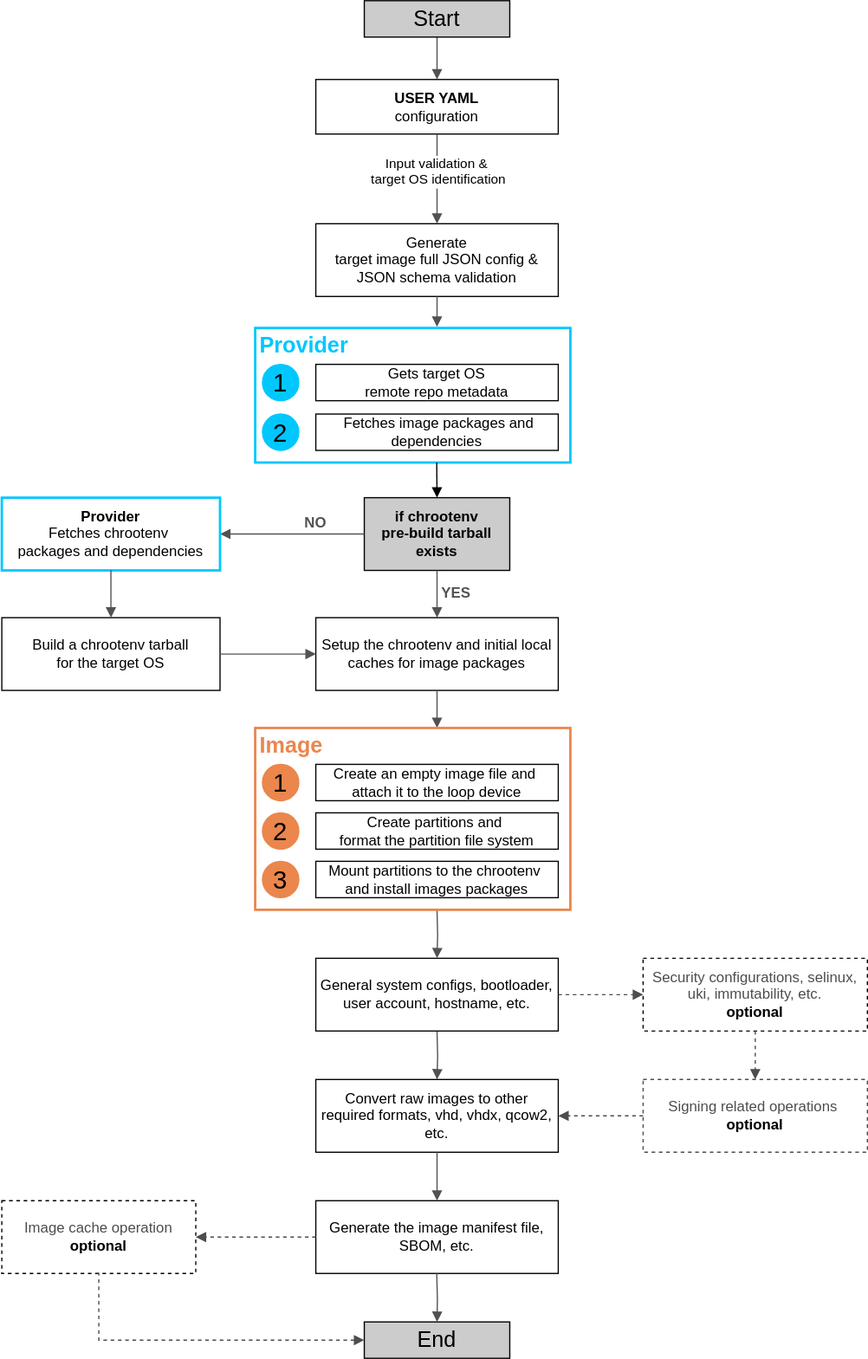
Above: docs/architecture/assets/image.composition.workflow.drawio.svg in wiwaszko-intel/os-image-composer (draw.io), before the change. Source tidied: cells renumbered, new cells last; positions are measured from the earlier drawing's top-left corner, leaving out a move shared by most shapes.
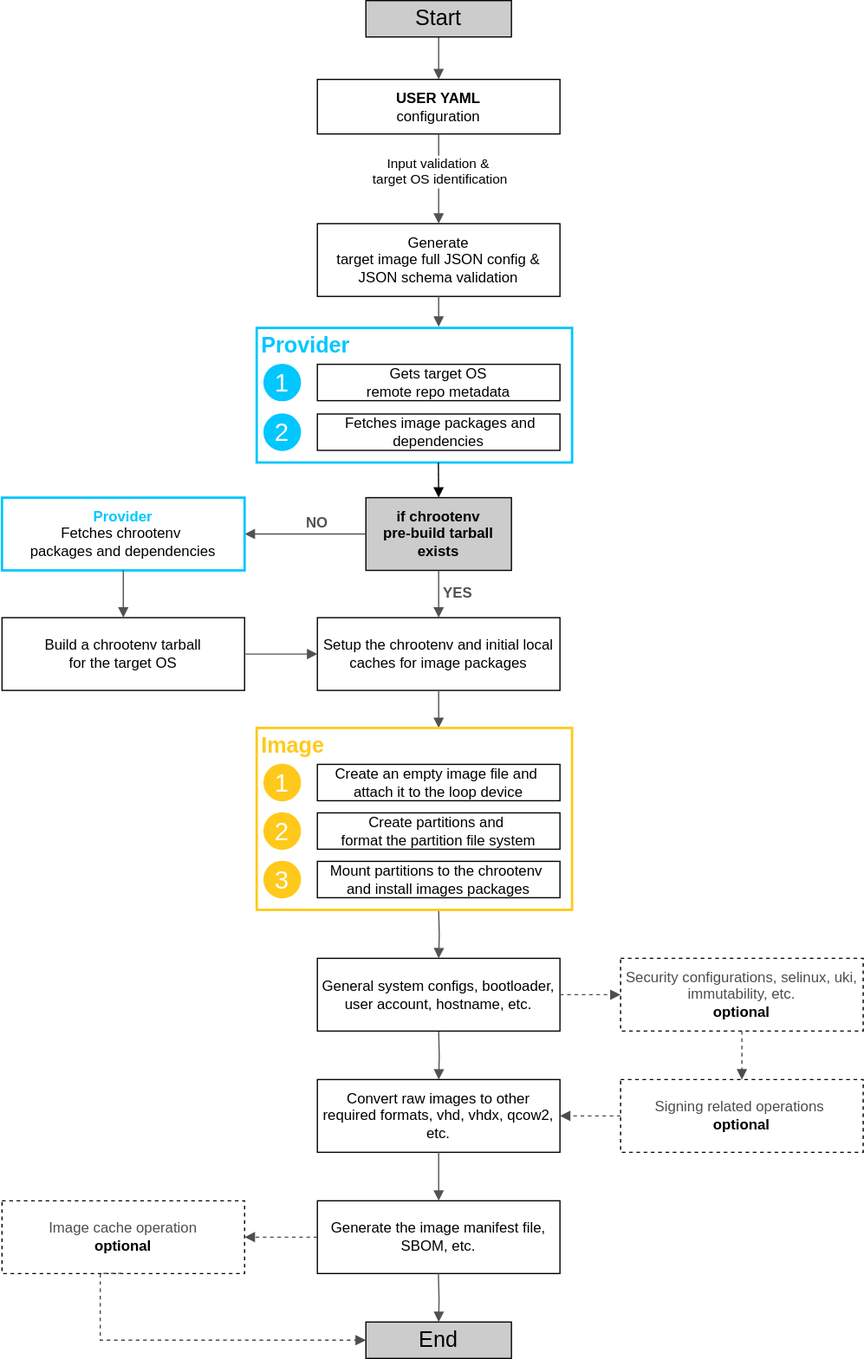
The same diagram one commit later.

What changed in the source:
```diff
@@ -15,6 +15,6 @@
     </mxCell>
-    <mxCell id="5" value="&lt;b&gt;USER YAML&lt;/b&gt;&lt;div&gt;configuration&lt;/div&gt;" style="rounded=0;whiteSpace=wrap;html=1;fillColor=light-dark(#FFFFFF,#A5A5A5);fontColor=#000000;strokeColor=default;strokeWidth=1;align=center;verticalAlign=middle;fontFamily=Helvetica;fontSize=12;" parent="1" vertex="1">
+    <mxCell id="5" value="&lt;b&gt;USER YAML&lt;/b&gt;&lt;div&gt;configuration&lt;/div&gt;" style="rounded=0;whiteSpace=wrap;html=1;fillColor=light-dark(#FFFFFF,#B5B5B5);fontColor=#000000;strokeColor=default;strokeWidth=1;align=center;verticalAlign=middle;fontFamily=Helvetica;fontSize=12;" parent="1" vertex="1">
       <mxGeometry x="259" y="65" width="200" height="45" as="geometry" />
     </mxCell>
-    <mxCell id="6" value="Generate &lt;br&gt;target image full JSON config &amp;amp; JSON schema validation" style="rounded=0;whiteSpace=wrap;html=1;fillColor=light-dark(#FFFFFF,#A5A5A5);fontColor=#000000;strokeColor=default;strokeWidth=1;align=center;verticalAlign=middle;fontFamily=Helvetica;fontSize=12;" parent="1" vertex="1">
+    <mxCell id="6" value="Generate &lt;br&gt;target image full JSON config &amp;amp; JSON schema validation" style="rounded=0;whiteSpace=wrap;html=1;fillColor=light-dark(#FFFFFF,#B5B5B5);fontColor=#000000;strokeColor=default;strokeWidth=1;align=center;verticalAlign=middle;fontFamily=Helvetica;fontSize=12;" parent="1" vertex="1">
       <mxGeometry x="259" y="184" width="200" height="60" as="geometry" />
@@ -35,4 +35,4 @@
     </mxCell>
-    <mxCell id="10" value="&lt;font style=&quot;color: rgb(0, 0, 0);&quot;&gt;&lt;b style=&quot;&quot;&gt;Provider&lt;/b&gt;&lt;/font&gt; &lt;br&gt;Fetches chrootenv&amp;nbsp;&lt;div&gt;packages and dependencies&lt;/div&gt;" style="rounded=0;whiteSpace=wrap;html=1;fillColor=light-dark(#FFFFFF,#A5A5A5);fontColor=#000000;strokeColor=#00C7FD;strokeWidth=2;align=center;verticalAlign=middle;fontFamily=Helvetica;fontSize=12;" parent="1" vertex="1">
-      <mxGeometry y="410" width="180" height="60" as="geometry" />
+    <mxCell id="10" value="&lt;font style=&quot;color: light-dark(rgb(0, 199, 253), rgb(0, 199, 253));&quot;&gt;&lt;b style=&quot;&quot;&gt;Provider&lt;/b&gt;&lt;/font&gt; &lt;br&gt;&lt;font style=&quot;color: light-dark(rgb(0, 0, 0), rgb(255, 255, 255));&quot;&gt;Fetches chrootenv&amp;nbsp;&lt;/font&gt;&lt;div&gt;&lt;font style=&quot;color: light-dark(rgb(0, 0, 0), rgb(255, 255, 255));&quot;&gt;packages and dependencies&lt;/font&gt;&lt;/div&gt;" style="rounded=0;whiteSpace=wrap;html=1;fillColor=light-dark(#FFFFFF,#000000);fontColor=#000000;strokeColor=#00C7FD;strokeWidth=2;align=center;verticalAlign=middle;fontFamily=Helvetica;fontSize=12;" parent="1" vertex="1">
+      <mxGeometry x="-1" y="410" width="200" height="60" as="geometry" />
     </mxCell>
@@ -49,6 +49,6 @@
     </mxCell>
-    <mxCell id="13" value="Build a chrootenv tarball &lt;br&gt;for the target OS" style="rounded=0;whiteSpace=wrap;html=1;fillColor=light-dark(#FFFFFF,#A5A5A5);fontColor=#000000;strokeColor=default;strokeWidth=1;align=center;verticalAlign=middle;fontFamily=Helvetica;fontSize=12;" parent="1" vertex="1">
-      <mxGeometry y="509" width="180" height="60" as="geometry" />
+    <mxCell id="13" value="Build a chrootenv tarball &lt;br&gt;for the target OS" style="rounded=0;whiteSpace=wrap;html=1;fillColor=light-dark(#FFFFFF,#B5B5B5);fontColor=#000000;strokeColor=default;strokeWidth=1;align=center;verticalAlign=middle;fontFamily=Helvetica;fontSize=12;" parent="1" vertex="1">
+      <mxGeometry x="-1" y="509" width="200" height="60" as="geometry" />
     </mxCell>
-    <mxCell id="14" value="Setup the chrootenv and initial local caches for image packages" style="rounded=0;whiteSpace=wrap;html=1;fillColor=light-dark(#FFFFFF,#A5A5A5);fontColor=#000000;strokeColor=default;strokeWidth=1;align=center;verticalAlign=middle;fontFamily=Helvetica;fontSize=12;" parent="1" vertex="1">
+    <mxCell id="14" value="Setup the chrootenv and initial local caches for image packages" style="rounded=0;whiteSpace=wrap;html=1;fillColor=light-dark(#FFFFFF,#B5B5B5);fontColor=#000000;strokeColor=default;strokeWidth=1;align=center;verticalAlign=middle;fontFamily=Helvetica;fontSize=12;" parent="1" vertex="1">
       <mxGeometry x="259" y="509" width="200" height="60" as="geometry" />
@@ -61,19 +61,19 @@
     </mxCell>
-    <mxCell id="17" value="General system configs, bootloader, user account, hostname, etc." style="rounded=0;whiteSpace=wrap;html=1;fillColor=light-dark(#FFFFFF,#A5A5A5);fontColor=#000000;strokeColor=default;strokeWidth=1;align=center;verticalAlign=middle;fontFamily=Helvetica;fontSize=12;" parent="1" vertex="1">
+    <mxCell id="17" value="General system configs, bootloader, user account, hostname, etc." style="rounded=0;whiteSpace=wrap;html=1;fillColor=light-dark(#FFFFFF,#B5B5B5);fontColor=#000000;strokeColor=default;strokeWidth=1;align=center;verticalAlign=middle;fontFamily=Helvetica;fontSize=12;" parent="1" vertex="1">
       <mxGeometry x="259" y="790" width="200" height="60" as="geometry" />
     </mxCell>
-    <mxCell id="18" value="&lt;font&gt;&lt;font style=&quot;color: rgb(77, 77, 77);&quot;&gt;Security configurations, selinux, uki, immutability, etc.&lt;/font&gt; &lt;br&gt;&lt;b&gt;optional&lt;/b&gt;&lt;/font&gt;" style="rounded=0;whiteSpace=wrap;html=1;fillColor=light-dark(#FFFFFF,#A5A5A5);fontColor=#000000;strokeColor=default;strokeWidth=1;align=center;verticalAlign=middle;fontFamily=Helvetica;fontSize=12;dashed=1;" parent="1" vertex="1">
-      <mxGeometry x="529" y="790" width="185" height="60" as="geometry" />
+    <mxCell id="18" value="&lt;font&gt;&lt;font style=&quot;color: rgb(77, 77, 77);&quot;&gt;Security configurations, selinux, uki, immutability, etc.&lt;/font&gt; &lt;br&gt;&lt;b&gt;optional&lt;/b&gt;&lt;/font&gt;" style="rounded=0;whiteSpace=wrap;html=1;fillColor=light-dark(#FFFFFF,#B5B5B5);fontColor=#000000;strokeColor=default;strokeWidth=1;align=center;verticalAlign=middle;fontFamily=Helvetica;fontSize=12;dashed=1;" parent="1" vertex="1">
+      <mxGeometry x="509" y="790" width="200" height="60" as="geometry" />
     </mxCell>
-    <mxCell id="19" value="&lt;font style=&quot;color: rgb(77, 77, 77);&quot;&gt;&lt;font style=&quot;&quot;&gt;Signing related operations&lt;/font&gt;&amp;nbsp;&lt;/font&gt;&lt;div&gt;&lt;b&gt;&lt;font&gt;optional&lt;/font&gt;&lt;/b&gt;&lt;/div&gt;" style="rounded=0;whiteSpace=wrap;html=1;fillColor=light-dark(#FFFFFF,#A5A5A5);fontColor=#000000;strokeColor=#4D4D4D;strokeWidth=1;align=center;verticalAlign=middle;fontFamily=Helvetica;fontSize=12;dashed=1;" parent="1" vertex="1">
-      <mxGeometry x="529" y="890" width="185" height="60" as="geometry" />
+    <mxCell id="19" value="&lt;font style=&quot;color: rgb(77, 77, 77);&quot;&gt;&lt;font style=&quot;&quot;&gt;Signing related operations&lt;/font&gt;&amp;nbsp;&lt;/font&gt;&lt;div&gt;&lt;b&gt;&lt;font&gt;optional&lt;/font&gt;&lt;/b&gt;&lt;/div&gt;" style="rounded=0;whiteSpace=wrap;html=1;fillColor=light-dark(#FFFFFF,#B5B5B5);fontColor=#000000;strokeColor=default;strokeWidth=1;align=center;verticalAlign=middle;fontFamily=Helvetica;fontSize=12;dashed=1;" parent="1" vertex="1">
+      <mxGeometry x="509" y="890" width="200" height="60" as="geometry" />
     </mxCell>
-    <mxCell id="20" value="Convert raw images to other required formats, vhd, vhdx, qcow2, etc." style="rounded=0;whiteSpace=wrap;html=1;fillColor=light-dark(#FFFFFF,#A5A5A5);fontColor=#000000;strokeColor=default;strokeWidth=1;align=center;verticalAlign=middle;fontFamily=Helvetica;fontSize=12;" parent="1" vertex="1">
+    <mxCell id="20" value="Convert raw images to other required formats, vhd, vhdx, qcow2, etc." style="rounded=0;whiteSpace=wrap;html=1;fillColor=light-dark(#FFFFFF,#B5B5B5);fontColor=#000000;strokeColor=default;strokeWidth=1;align=center;verticalAlign=middle;fontFamily=Helvetica;fontSize=12;" parent="1" vertex="1">
       <mxGeometry x="259" y="890" width="200" height="60" as="geometry" />
     </mxCell>
-    <mxCell id="21" value="Generate the image manifest file, SBOM, etc." style="rounded=0;whiteSpace=wrap;html=1;fillColor=light-dark(#FFFFFF,#A5A5A5);fontColor=#000000;strokeColor=default;strokeWidth=1;align=center;verticalAlign=middle;fontFamily=Helvetica;fontSize=12;" parent="1" vertex="1">
+    <mxCell id="21" value="Generate the image manifest file, SBOM, etc." style="rounded=0;whiteSpace=wrap;html=1;fillColor=light-dark(#FFFFFF,#B5B5B5);fontColor=#000000;strokeColor=default;strokeWidth=1;align=center;verticalAlign=middle;fontFamily=Helvetica;fontSize=12;" parent="1" vertex="1">
       <mxGeometry x="259" y="990" width="200" height="60" as="geometry" />
     </mxCell>
-    <mxCell id="22" value="&lt;font style=&quot;color: rgb(77, 77, 77);&quot;&gt;Image cache operation&lt;/font&gt;&lt;div&gt;&lt;b&gt;optional&lt;/b&gt;&lt;/div&gt;" style="rounded=0;whiteSpace=wrap;html=1;fillColor=light-dark(#FFFFFF,#A5A5A5);fontColor=#000000;strokeColor=default;strokeWidth=1;align=center;verticalAlign=middle;fontFamily=Helvetica;fontSize=12;dashed=1;" parent="1" vertex="1">
-      <mxGeometry y="990" width="160" height="60" as="geometry" />
+    <mxCell id="22" value="&lt;font style=&quot;color: rgb(77, 77, 77);&quot;&gt;Image cache operation&lt;/font&gt;&lt;div&gt;&lt;b&gt;optional&lt;/b&gt;&lt;/div&gt;" style="rounded=0;whiteSpace=wrap;html=1;fillColor=light-dark(#FFFFFF,#B5B5B5);fontColor=#000000;strokeColor=default;strokeWidth=1;align=center;verticalAlign=middle;fontFamily=Helvetica;fontSize=12;dashed=1;" parent="1" vertex="1">
+      <mxGeometry x="-1" y="990" width="200" height="60" as="geometry" />
     </mxCell>
@@ -129,6 +129,6 @@
     </mxCell>
-    <mxCell id="36" value="&lt;div&gt;Gets target OS &lt;br&gt;remote repo metadata&lt;/div&gt;" style="rounded=0;whiteSpace=wrap;html=1;fillColor=light-dark(#FFFFFF,#A5A5A5);fontColor=#000000;strokeColor=#000000;strokeWidth=1;align=center;verticalAlign=middle;fontFamily=Helvetica;fontSize=12;" parent="1" vertex="1">
+    <mxCell id="36" value="&lt;div&gt;Gets target OS &lt;br&gt;remote repo metadata&lt;/div&gt;" style="rounded=0;whiteSpace=wrap;html=1;fillColor=light-dark(#FFFFFF,#DDDDDD);fontColor=#000000;strokeColor=#000000;strokeWidth=1;align=center;verticalAlign=middle;fontFamily=Helvetica;fontSize=12;" parent="1" vertex="1">
       <mxGeometry x="259" y="300" width="200" height="30" as="geometry" />
     </mxCell>
-    <mxCell id="37" value="&amp;nbsp;Fetches image packages and dependencies" style="rounded=0;whiteSpace=wrap;html=1;fillColor=light-dark(#FFFFFF,#A5A5A5);fontColor=#000000;strokeColor=#000000;strokeWidth=1;align=center;verticalAlign=middle;fontFamily=Helvetica;fontSize=12;" parent="1" vertex="1">
+    <mxCell id="37" value="&amp;nbsp;Fetches image packages and dependencies" style="rounded=0;whiteSpace=wrap;html=1;fillColor=light-dark(#FFFFFF,#DDDDDD);fontColor=#000000;strokeColor=#000000;strokeWidth=1;align=center;verticalAlign=middle;fontFamily=Helvetica;fontSize=12;" parent="1" vertex="1">
       <mxGeometry x="259" y="341" width="200" height="30" as="geometry" />
@@ -138,18 +138,18 @@
     </mxCell>
-    <mxCell id="39" value="&lt;div style=&quot;&quot;&gt;&lt;font style=&quot;font-size: 18px; color: rgb(235, 134, 77);&quot;&gt;&lt;b style=&quot;&quot;&gt;Image&lt;/b&gt;&lt;/font&gt;&lt;/div&gt;" style="rounded=0;whiteSpace=wrap;html=1;fillColor=default;fontColor=light-dark(#00C7FD,#00C7FD);strokeColor=light-dark(#EB864D,#00C7FD);align=left;verticalAlign=top;spacing=0;spacingLeft=4;fontFamily=Helvetica;fontSize=12;strokeWidth=2;" parent="1" vertex="1">
+    <mxCell id="39" value="&lt;div style=&quot;&quot;&gt;&lt;font style=&quot;font-size: 18px; color: light-dark(rgb(254, 201, 26), rgb(254, 201, 26));&quot;&gt;&lt;b style=&quot;&quot;&gt;Image&lt;/b&gt;&lt;/font&gt;&lt;/div&gt;" style="rounded=0;whiteSpace=wrap;html=1;fillColor=default;fontColor=light-dark(#00C7FD,#00C7FD);strokeColor=light-dark(#FEC91A,#FEC91A);align=left;verticalAlign=top;spacing=0;spacingLeft=4;fontFamily=Helvetica;fontSize=12;strokeWidth=2;" parent="1" vertex="1">
       <mxGeometry x="209" y="600" width="260" height="150" as="geometry" />
     </mxCell>
-    <mxCell id="40" value="Create an empty image file and&amp;nbsp;&lt;div&gt;attach it to the loop device&lt;/div&gt;" style="rounded=0;whiteSpace=wrap;html=1;fillColor=light-dark(#FFFFFF,#A5A5A5);fontColor=#000000;strokeColor=#000000;strokeWidth=1;align=center;verticalAlign=middle;fontFamily=Helvetica;fontSize=12;" parent="1" vertex="1">
+    <mxCell id="40" value="Create an empty image file and&amp;nbsp;&lt;div&gt;attach it to the loop device&lt;/div&gt;" style="rounded=0;whiteSpace=wrap;html=1;fillColor=light-dark(#FFFFFF,#DDDDDD);fontColor=#000000;strokeColor=#000000;strokeWidth=1;align=center;verticalAlign=middle;fontFamily=Helvetica;fontSize=12;" parent="1" vertex="1">
       <mxGeometry x="259" y="630" width="200" height="30" as="geometry" />
     </mxCell>
-    <mxCell id="41" value="Create partitions and&amp;nbsp;&lt;div&gt;format the partition file system&lt;/div&gt;" style="rounded=0;whiteSpace=wrap;html=1;fillColor=light-dark(#FFFFFF,#A5A5A5);fontColor=#000000;strokeColor=#000000;strokeWidth=1;align=center;verticalAlign=middle;fontFamily=Helvetica;fontSize=12;" parent="1" vertex="1">
+    <mxCell id="41" value="Create partitions and&amp;nbsp;&lt;div&gt;format the partition file system&lt;/div&gt;" style="rounded=0;whiteSpace=wrap;html=1;fillColor=light-dark(#FFFFFF,#DDDDDD);fontColor=#000000;strokeColor=#000000;strokeWidth=1;align=center;verticalAlign=middle;fontFamily=Helvetica;fontSize=12;" parent="1" vertex="1">
       <mxGeometry x="259" y="670" width="200" height="30" as="geometry" />
     </mxCell>
-    <mxCell id="42" value="Mount partitions to the chrootenv&amp;nbsp;&lt;div&gt;and install images packages&lt;/div&gt;" style="rounded=0;whiteSpace=wrap;html=1;fillColor=light-dark(#FFFFFF,#A5A5A5);fontColor=#000000;strokeColor=#000000;strokeWidth=1;align=center;verticalAlign=middle;fontFamily=Helvetica;fontSize=12;" parent="1" vertex="1">
+    <mxCell id="42" value="Mount partitions to the chrootenv&amp;nbsp;&lt;div&gt;and install images packages&lt;/div&gt;" style="rounded=0;whiteSpace=wrap;html=1;fillColor=light-dark(#FFFFFF,#DDDDDD);fontColor=#000000;strokeColor=#000000;strokeWidth=1;align=center;verticalAlign=middle;fontFamily=Helvetica;fontSize=12;" parent="1" vertex="1">
       <mxGeometry x="259" y="710" width="200" height="30" as="geometry" />
     </mxCell>
-    <mxCell id="43" value="&lt;font style=&quot;color: rgb(0, 0, 0);&quot;&gt;1&lt;/font&gt;" style="ellipse;whiteSpace=wrap;html=1;fontSize=21;strokeColor=#00C7FD;fontColor=light-dark(#525252,#525252);fillColor=light-dark(#00C7FD,#FFFFFF);perimeterSpacing=0;strokeWidth=1;rotation=0;" parent="1" vertex="1">
+    <mxCell id="43" value="&lt;font style=&quot;color: light-dark(rgb(255, 255, 255), rgb(0, 0, 0));&quot;&gt;1&lt;/font&gt;" style="ellipse;whiteSpace=wrap;html=1;fontSize=21;strokeColor=#00C7FD;fontColor=light-dark(#525252,#525252);fillColor=light-dark(#00C7FD,#00C7FD);perimeterSpacing=0;strokeWidth=1;rotation=0;" parent="1" vertex="1">
       <mxGeometry x="215" y="300" width="30" height="30" as="geometry" />
     </mxCell>
-    <mxCell id="44" value="&lt;font style=&quot;color: rgb(0, 0, 0);&quot;&gt;2&lt;/font&gt;" style="ellipse;whiteSpace=wrap;html=1;fontSize=21;strokeColor=light-dark(#00C7FD,#525252);fontColor=light-dark(#525252,#525252);fillColor=light-dark(#00C7FD,#FFFFFF);perimeterSpacing=0;strokeWidth=1;rotation=0;" parent="1" vertex="1">
+    <mxCell id="44" value="&lt;font style=&quot;color: light-dark(rgb(255, 255, 255), rgb(0, 0, 0));&quot;&gt;2&lt;/font&gt;" style="ellipse;whiteSpace=wrap;html=1;fontSize=21;strokeColor=light-dark(#00C7FD,#525252);fontColor=light-dark(#525252,#525252);fillColor=light-dark(#00C7FD,#00C7FD);perimeterSpacing=0;strokeWidth=1;rotation=0;" parent="1" vertex="1">
       <mxGeometry x="215" y="341" width="30" height="30" as="geometry" />
@@ -161,9 +161,9 @@
     </mxCell>
-    <mxCell id="46" value="&lt;font style=&quot;color: rgb(0, 0, 0);&quot;&gt;1&lt;/font&gt;" style="ellipse;whiteSpace=wrap;html=1;fontSize=21;strokeColor=light-dark(#EB864D,#525252);fontColor=light-dark(#525252,#525252);fillColor=light-dark(#EB864D,#FFFFFF);perimeterSpacing=0;strokeWidth=1;rotation=0;" parent="1" vertex="1">
+    <mxCell id="46" value="&lt;font style=&quot;color: light-dark(rgb(255, 255, 255), rgb(0, 0, 0));&quot;&gt;1&lt;/font&gt;" style="ellipse;whiteSpace=wrap;html=1;fontSize=21;strokeColor=light-dark(#FEC91A,#525252);fontColor=light-dark(#525252,#525252);fillColor=light-dark(#FEC91A,#FEC91A);perimeterSpacing=0;strokeWidth=1;rotation=0;" parent="1" vertex="1">
       <mxGeometry x="215" y="630" width="30" height="30" as="geometry" />
     </mxCell>
-    <mxCell id="47" value="&lt;font style=&quot;color: rgb(0, 0, 0);&quot;&gt;2&lt;/font&gt;" style="ellipse;whiteSpace=wrap;html=1;fontSize=21;strokeColor=light-dark(#EB864D,#525252);fontColor=light-dark(#525252,#525252);fillColor=light-dark(#EB864D,#FFFFFF);perimeterSpacing=0;strokeWidth=1;rotation=0;align=center;verticalAlign=middle;fontFamily=Helvetica;" parent="1" vertex="1">
+    <mxCell id="47" value="&lt;font style=&quot;color: light-dark(rgb(255, 255, 255), rgb(0, 0, 0));&quot;&gt;2&lt;/font&gt;" style="ellipse;whiteSpace=wrap;html=1;fontSize=21;strokeColor=light-dark(#FEC91A,#525252);fontColor=light-dark(#525252,#525252);fillColor=light-dark(#FEC91A,#FEC91A);perimeterSpacing=0;strokeWidth=1;rotation=0;align=center;verticalAlign=middle;fontFamily=Helvetica;" parent="1" vertex="1">
       <mxGeometry x="215" y="670" width="30" height="30" as="geometry" />
     </mxCell>
-    <mxCell id="48" value="&lt;font style=&quot;color: rgb(0, 0, 0);&quot;&gt;3&lt;/font&gt;" style="ellipse;whiteSpace=wrap;html=1;fontSize=21;strokeColor=light-dark(#EB864D,#525252);fontColor=light-dark(#525252,#525252);fillColor=light-dark(#EB864D,#FFFFFF);perimeterSpacing=0;strokeWidth=1;rotation=0;align=center;verticalAlign=middle;fontFamily=Helvetica;" parent="1" vertex="1">
+    <mxCell id="48" value="&lt;font style=&quot;color: light-dark(rgb(255, 255, 255), rgb(0, 0, 0));&quot;&gt;3&lt;/font&gt;" style="ellipse;whiteSpace=wrap;html=1;fontSize=21;strokeColor=light-dark(#FEC91A,#525252);fontColor=light-dark(#525252,#525252);fillColor=light-dark(#FEC91A,#FEC91A);perimeterSpacing=0;strokeWidth=1;rotation=0;align=center;verticalAlign=middle;fontFamily=Helvetica;" parent="1" vertex="1">
       <mxGeometry x="215" y="710" width="30" height="30" as="geometry" />
```
